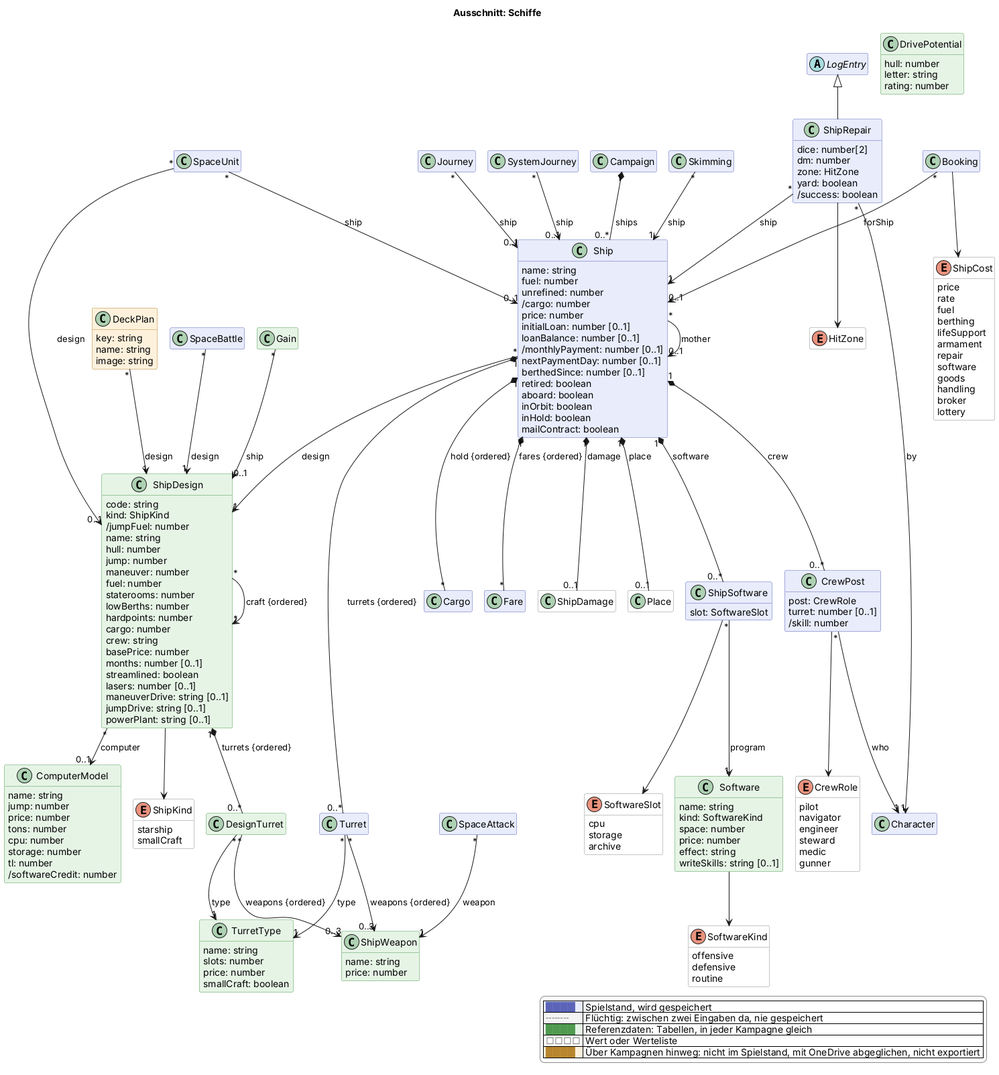
Before: docs/views/schiffe.png, a diagram exported from PlantUML (scuzzar/SRE).
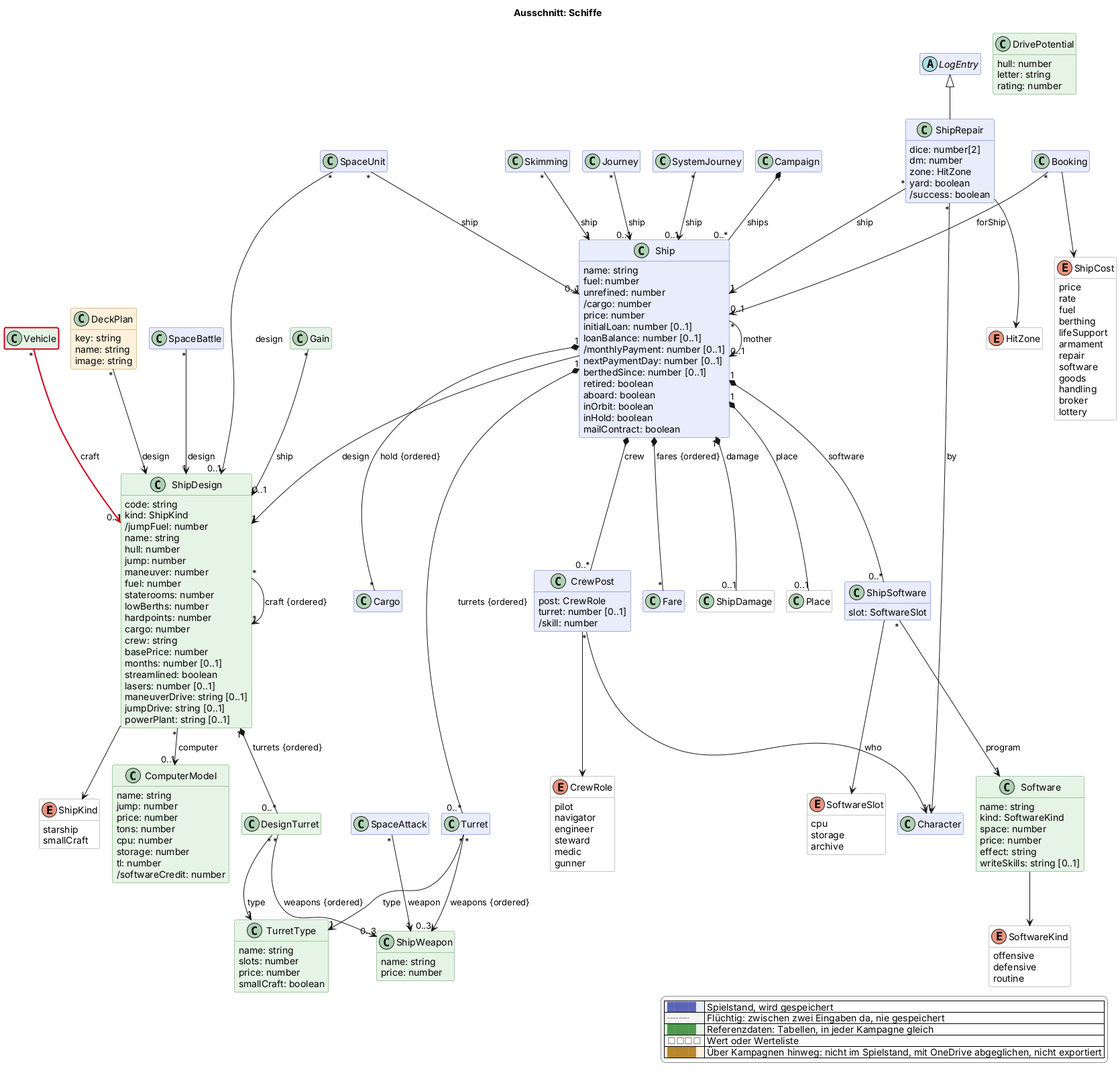
After the commit.

What changed in the source:
```diff
@@ -227,6 +227,7 @@
 
   class Gain <<reference>> $erschaffung
   class Place <<value>> $oberflaeche
+  class Vehicle <<reference>> $logistik
 
 
 Campaign "1" *-- "0..*" Ship : ships
@@ -273,6 +274,7 @@
 
 
 
+Vehicle "*" -$newArrow("2026-11-28b")-> "0..1" ShipDesign : craft
 
 
 
@@ -289,4 +291,5 @@
   |<#ffffff> <color:#8a8a8a>□□□□</color> | Wert oder Werteliste |
   |<#fdf1dc> <color:#b8862e>████</color> | Über Kampagnen hinweg: nicht im Spielstand, mit OneDrive abgeglichen, nicht exportiert |
 endlegend
+class Vehicle #line:d0021b;line.bold
 @enduml
```
